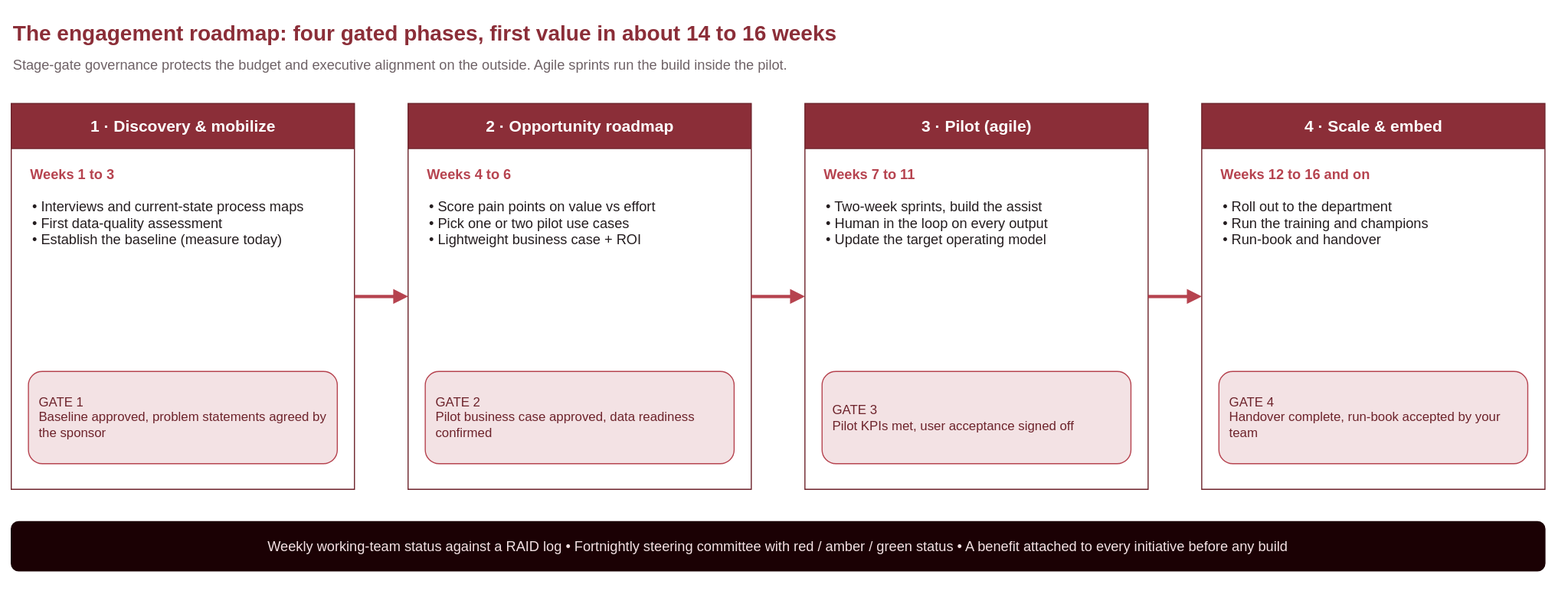
ademczuk/top-spirit-delivery keeps this draw.io diagram as diagrams/1-roadmap.svg. Above is the earlier version. Source tidied: cells renumbered, new cells last; positions are measured from the earlier drawing's top-left corner, leaving out a move shared by most shapes.
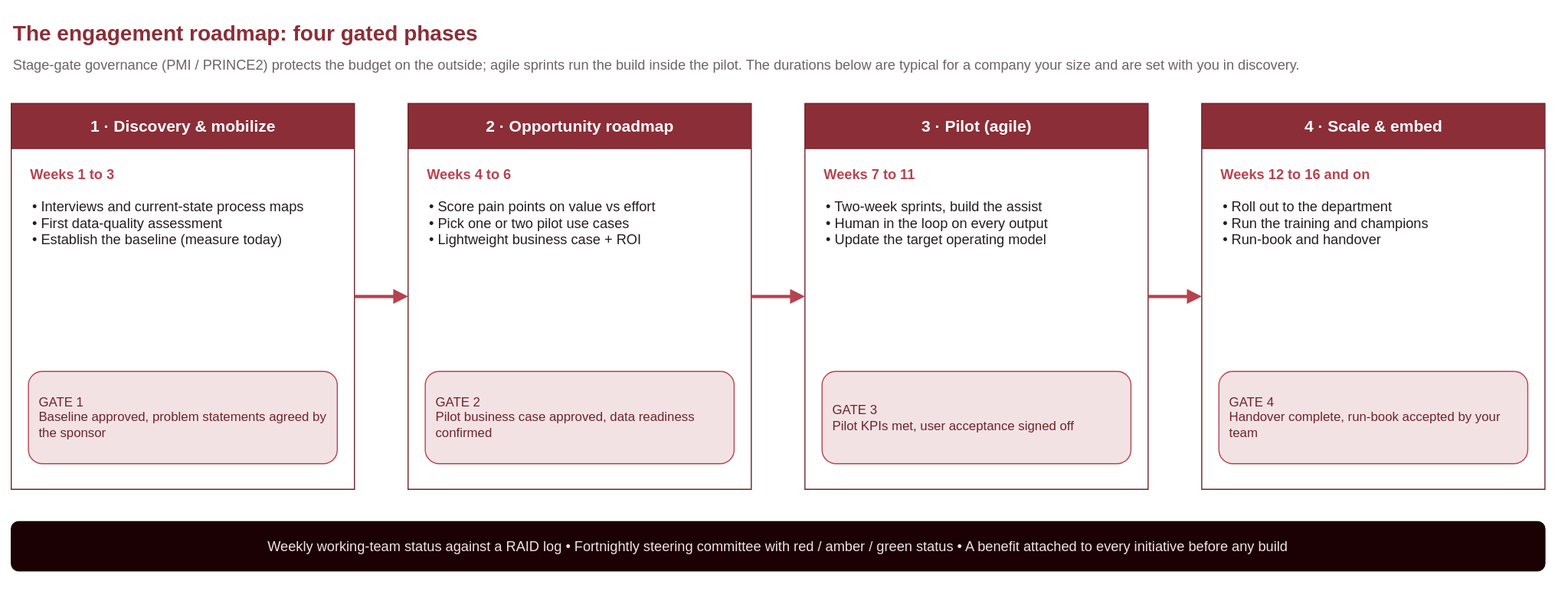
After the change.

Change to the diagram source:
```diff
@@ -2,10 +2,10 @@
   <root>
     <mxCell id="0" />
     <mxCell id="1" parent="0" />
-    <mxCell id="2" value="The engagement roadmap: four gated phases, first value in about 14 to 16 weeks" style="text;html=1;align=left;verticalAlign=middle;fontColor=#8b2e38;fontSize=20;fontStyle=1;" parent="1" vertex="1">
+    <mxCell id="2" value="The engagement roadmap: four gated phases" style="text;html=1;align=left;verticalAlign=middle;fontColor=#8b2e38;fontSize=20;fontStyle=1;" parent="1" vertex="1">
       <mxGeometry width="1420" height="40" as="geometry" />
     </mxCell>
-    <mxCell id="3" value="Stage-gate governance protects the budget and executive alignment on the outside. Agile sprints run the build inside the pilot." style="text;html=1;align=left;verticalAlign=middle;fontColor=#6e6266;fontSize=13;" parent="1" vertex="1">
+    <mxCell id="3" value="Stage-gate governance (PMI / PRINCE2) protects the budget on the outside; agile sprints run the build inside the pilot. The durations below are typical for a company your size and are set with you in discovery." style="text;html=1;align=left;verticalAlign=middle;fontColor=#6e6266;fontSize=13;" parent="1" vertex="1">
       <mxGeometry y="38" width="1420" height="24" as="geometry" />
     </mxCell>
     <mxCell id="4" value="1 · Discovery &amp; mobilize" style="swimlane;html=1;startSize=42;fillColor=#8b2e38;swimlaneFillColor=#ffffff;strokeColor=#6d232b;fontColor=#ffffff;fontSize=15;fontStyle=1;align=center;" parent="1" vertex="1">
```
